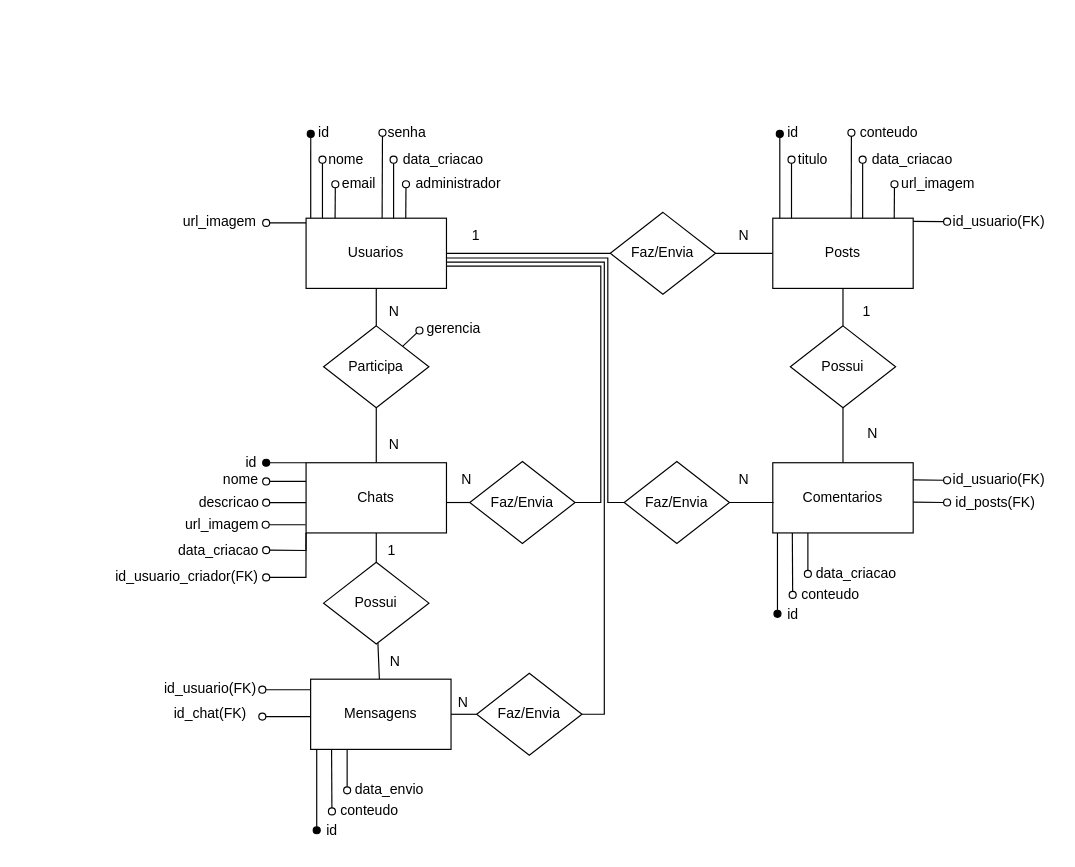
This is escola/2ano/Echoo/Documentacao/Echoo_DER.drawio from MateusRamos8/Projetos-DWS, a draw.io file, before an edit. Source tidied: cells renumbered, new cells numbered last; positions are measured from the earlier drawing's top-left corner, leaving out a move shared by most shapes. Both pictures are drawn from the tidied source at 117%, with x=0, y=0 at pixel (104, 117).
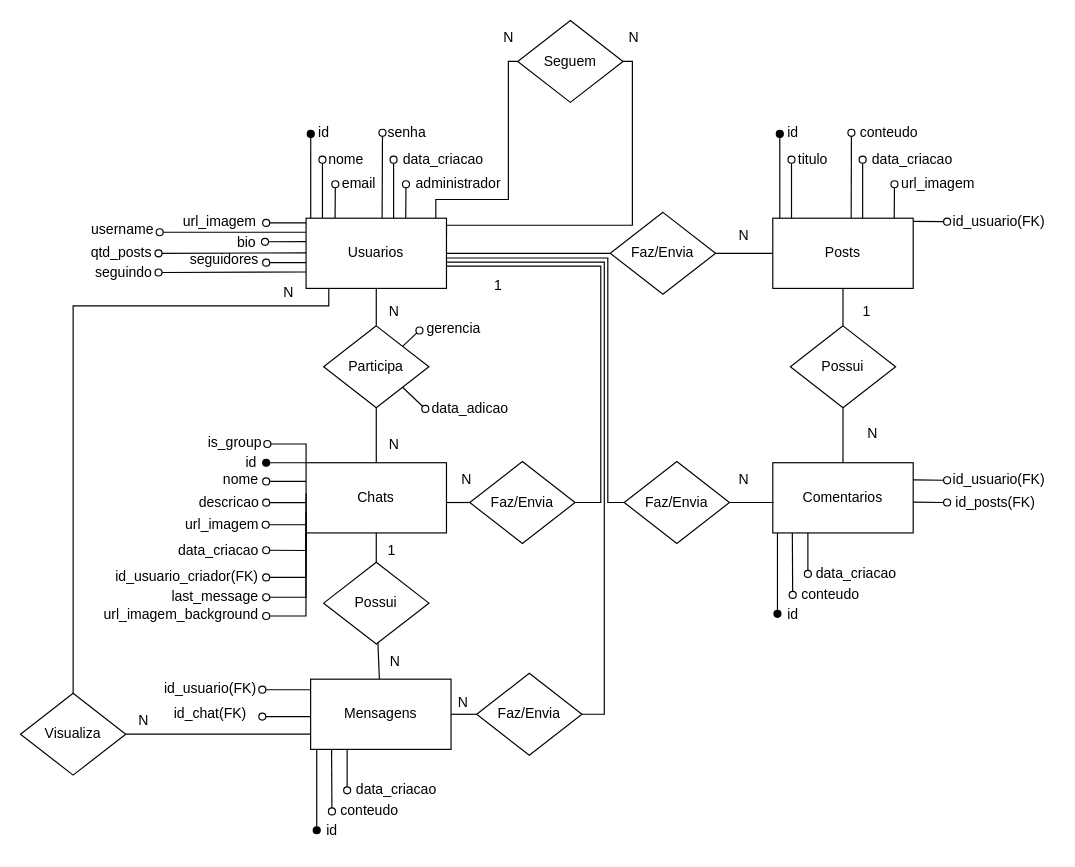
After the change.

The change refers to these unchanged cells:
```xml
<mxCell id="7" value="Usuarios" style="rounded=0;whiteSpace=wrap;html=1;" parent="1" vertex="1">
  <mxGeometry x="172.1" y="86" width="120" height="60" as="geometry" />
</mxCell>
<mxCell id="12" value="Chats" style="rounded=0;whiteSpace=wrap;html=1;" parent="1" vertex="1">
  <mxGeometry x="172.1" y="295" width="120" height="60" as="geometry" />
</mxCell>
<mxCell id="26" value="Participa" style="rhombus;whiteSpace=wrap;html=1;" parent="1" vertex="1">
  <mxGeometry x="187.1" y="178" width="90" height="70" as="geometry" />
</mxCell>
<mxCell id="62" value="Mensagens" style="rounded=0;whiteSpace=wrap;html=1;" parent="1" vertex="1">
  <mxGeometry x="176" y="480" width="120" height="60" as="geometry" />
</mxCell>
```

Change to the diagram source:
```diff
@@
+    <mxCell id="99" style="edgeStyle=orthogonalEdgeStyle;rounded=0;jettySize=auto;html=1;exitX=0.933;exitY=0.021;exitDx=0;exitDy=0;exitPerimeter=0;entryX=0;entryY=0.5;entryDx=0;entryDy=0;endArrow=none;endFill=0;" parent="1" edge="1" source="7" target="124">
+      <mxGeometry relative="1" as="geometry">
+        <Array as="points">
+          <mxPoint x="283" y="87" />
+          <mxPoint x="283" y="70" />
+          <mxPoint x="345" y="70" />
+          <mxPoint x="345" y="-48" />
+        </Array>
+      </mxGeometry>
+    </mxCell>
+    <mxCell id="100" style="edgeStyle=orthogonalEdgeStyle;rounded=0;jettySize=auto;html=1;exitX=1;exitY=0.25;exitDx=0;exitDy=0;entryX=1;entryY=0.5;entryDx=0;entryDy=0;endArrow=none;endFill=0;" parent="1" edge="1" source="7" target="124">
+      <mxGeometry relative="1" as="geometry">
+        <Array as="points">
+          <mxPoint x="292" y="92" />
+          <mxPoint x="451" y="92" />
+          <mxPoint x="451" y="-48" />
+        </Array>
+      </mxGeometry>
+    </mxCell>
@@
     <mxCell id="19" value="1" style="text;html=1;align=center;verticalAlign=middle;strokeColor=none;fillColor=none;" parent="1" vertex="1">
-      <mxGeometry x="302.1" y="86" width="30" height="30" as="geometry" />
+      <mxGeometry x="320.5" y="129" width="30" height="30" as="geometry" />
     </mxCell>
@@
+    <mxCell id="101" style="edgeStyle=orthogonalEdgeStyle;rounded=0;jettySize=auto;html=1;entryX=1;entryY=0.5;entryDx=0;entryDy=0;endArrow=none;endFill=0;" parent="1" edge="1" source="62" target="121">
+      <mxGeometry relative="1" as="geometry">
+        <Array as="points">
+          <mxPoint x="136" y="527" />
+          <mxPoint x="136" y="527" />
+        </Array>
+      </mxGeometry>
+    </mxCell>
@@
-    <mxCell id="72" value="data_envio" style="text;html=1;align=center;verticalAlign=middle;strokeColor=none;fillColor=none;" parent="1" vertex="1">
-      <mxGeometry x="204" y="562" width="77" height="26" as="geometry" />
+    <mxCell id="72" value="data_criacao" style="text;html=1;align=center;verticalAlign=middle;strokeColor=none;fillColor=none;" parent="1" vertex="1">
+      <mxGeometry x="205.1" y="562" width="87" height="26" as="geometry" />
     </mxCell>
@@
     <mxCell id="80" style="rounded=0;jettySize=auto;html=1;endArrow=oval;endFill=0;exitX=0;exitY=1;exitDx=0;exitDy=0;" parent="1" edge="1" source="12">
       <mxGeometry relative="1" as="geometry">
-        <mxPoint x="138" y="369.7" as="targetPoint" />
+        <mxPoint x="138" y="369.8" as="targetPoint" />
         <Array as="points">
           <mxPoint x="172" y="370" />
         </Array>
       </mxGeometry>
     </mxCell>
@@
+    <mxCell id="102" style="rounded=0;orthogonalLoop=1;jettySize=auto;html=1;endArrow=oval;endFill=0;exitX=0.001;exitY=0.651;exitDx=0;exitDy=0;exitPerimeter=0;" parent="1" edge="1">
+      <mxGeometry relative="1" as="geometry">
+        <mxPoint x="172.1" y="98" as="sourcePoint" />
+        <mxPoint x="47" y="98" as="targetPoint" />
+      </mxGeometry>
+    </mxCell>
+    <mxCell id="103" style="rounded=0;jettySize=auto;html=1;endArrow=oval;endFill=0;exitX=0.001;exitY=0.651;exitDx=0;exitDy=0;exitPerimeter=0;entryX=0.971;entryY=0.468;entryDx=0;entryDy=0;entryPerimeter=0;" parent="1" edge="1" target="105">
+      <mxGeometry relative="1" as="geometry">
+        <mxPoint x="172.1" y="106" as="sourcePoint" />
+      </mxGeometry>
+    </mxCell>
+    <mxCell id="104" value="username" style="text;html=1;align=center;verticalAlign=middle;strokeColor=none;fillColor=none;" parent="1" vertex="1">
+      <mxGeometry x="-21" y="83" width="71" height="26" as="geometry" />
+    </mxCell>
+    <mxCell id="105" value="bio" style="text;html=1;align=center;verticalAlign=middle;points=[];strokeColor=none;fillColor=none;" parent="1" vertex="1">
+      <mxGeometry x="104" y="94" width="34" height="26" as="geometry" />
+    </mxCell>
+    <mxCell id="106" style="rounded=0;orthogonalLoop=1;jettySize=auto;html=1;endArrow=oval;endFill=0;exitX=0.001;exitY=0.651;exitDx=0;exitDy=0;exitPerimeter=0;" parent="1" edge="1">
+      <mxGeometry relative="1" as="geometry">
+        <mxPoint x="172.1" y="115.6" as="sourcePoint" />
+        <mxPoint x="46" y="116" as="targetPoint" />
+      </mxGeometry>
+    </mxCell>
+    <mxCell id="107" value="qtd_posts" style="text;html=1;align=center;verticalAlign=middle;strokeColor=none;fillColor=none;" parent="1" vertex="1">
+      <mxGeometry x="-21" y="103" width="70" height="26" as="geometry" />
+    </mxCell>
+    <mxCell id="108" style="rounded=0;orthogonalLoop=1;jettySize=auto;html=1;endArrow=oval;endFill=0;exitX=0.001;exitY=0.651;exitDx=0;exitDy=0;exitPerimeter=0;" parent="1" edge="1">
+      <mxGeometry relative="1" as="geometry">
+        <mxPoint x="172.1" y="124" as="sourcePoint" />
+        <mxPoint x="138" y="124" as="targetPoint" />
+      </mxGeometry>
+    </mxCell>
+    <mxCell id="109" value="seguidores" style="text;html=1;align=center;verticalAlign=middle;strokeColor=none;fillColor=none;" parent="1" vertex="1">
+      <mxGeometry x="63" y="109" width="77" height="26" as="geometry" />
+    </mxCell>
+    <mxCell id="110" style="rounded=0;orthogonalLoop=1;jettySize=auto;html=1;endArrow=oval;endFill=0;exitX=0.001;exitY=0.651;exitDx=0;exitDy=0;exitPerimeter=0;" parent="1" edge="1">
+      <mxGeometry relative="1" as="geometry">
+        <mxPoint x="172.1" y="132" as="sourcePoint" />
+        <mxPoint x="46" y="132.4" as="targetPoint" />
+      </mxGeometry>
+    </mxCell>
+    <mxCell id="111" value="seguindo" style="text;html=1;align=center;verticalAlign=middle;strokeColor=none;fillColor=none;" parent="1" vertex="1">
+      <mxGeometry x="-18" y="120" width="67" height="26" as="geometry" />
+    </mxCell>
+    <mxCell id="112" style="rounded=0;orthogonalLoop=1;jettySize=auto;html=1;exitX=0;exitY=1;exitDx=0;exitDy=0;endArrow=oval;endFill=0;" parent="1" edge="1">
+      <mxGeometry relative="1" as="geometry">
+        <mxPoint x="172.1" y="321" as="sourcePoint" />
+        <mxPoint x="138" y="410" as="targetPoint" />
+        <Array as="points">
+          <mxPoint x="172" y="410" />
+        </Array>
+      </mxGeometry>
+    </mxCell>
+    <mxCell id="113" value="last_message" style="text;html=1;align=center;verticalAlign=middle;strokeColor=none;fillColor=none;" parent="1" vertex="1">
+      <mxGeometry x="48" y="397" width="92" height="26" as="geometry" />
+    </mxCell>
+    <mxCell id="114" style="rounded=0;orthogonalLoop=1;jettySize=auto;html=1;exitX=0;exitY=1;exitDx=0;exitDy=0;endArrow=oval;endFill=0;" parent="1" edge="1">
+      <mxGeometry relative="1" as="geometry">
+        <mxPoint x="172.1" y="337" as="sourcePoint" />
+        <mxPoint x="138" y="426" as="targetPoint" />
+        <Array as="points">
+          <mxPoint x="172" y="426" />
+        </Array>
+      </mxGeometry>
+    </mxCell>
+    <mxCell id="115" value="url_imagem_background" style="text;html=1;align=center;verticalAlign=middle;strokeColor=none;fillColor=none;" parent="1" vertex="1">
+      <mxGeometry x="-10" y="412" width="150" height="26" as="geometry" />
+    </mxCell>
+    <mxCell id="116" style="rounded=0;jettySize=auto;html=1;endArrow=oval;endFill=0;exitX=0;exitY=0;exitDx=0;exitDy=0;edgeStyle=orthogonalEdgeStyle;" parent="1" edge="1" source="12">
+      <mxGeometry relative="1" as="geometry">
+        <mxPoint x="139" y="279" as="targetPoint" />
+        <Array as="points">
+          <mxPoint x="172" y="279" />
+          <mxPoint x="139" y="279" />
+          <mxPoint x="138" y="280" />
+        </Array>
+      </mxGeometry>
+    </mxCell>
+    <mxCell id="117" value="is_group" style="text;html=1;align=center;verticalAlign=middle;strokeColor=none;fillColor=none;" parent="1" vertex="1">
+      <mxGeometry x="79" y="265" width="64" height="26" as="geometry" />
+    </mxCell>
+    <mxCell id="118" style="rounded=0;jettySize=auto;html=1;exitX=1;exitY=1;exitDx=0;exitDy=0;endArrow=oval;endFill=0;" parent="1" edge="1" source="26">
+      <mxGeometry relative="1" as="geometry">
+        <mxPoint x="274" y="249" as="targetPoint" />
+      </mxGeometry>
+    </mxCell>
+    <mxCell id="119" value="data_adicao" style="text;html=1;align=center;verticalAlign=middle;strokeColor=none;fillColor=none;" parent="1" vertex="1">
+      <mxGeometry x="270" y="236" width="83" height="26" as="geometry" />
+    </mxCell>
+    <mxCell id="120" style="edgeStyle=orthogonalEdgeStyle;rounded=0;jettySize=auto;html=1;entryX=0.162;entryY=1.005;entryDx=0;entryDy=0;endArrow=none;endFill=0;entryPerimeter=0;" parent="1" edge="1" source="121" target="7">
+      <mxGeometry relative="1" as="geometry">
+        <Array as="points">
+          <mxPoint x="-27" y="161" />
+          <mxPoint x="192" y="161" />
+          <mxPoint x="192" y="146" />
+          <mxPoint x="192" y="146" />
+        </Array>
+      </mxGeometry>
+    </mxCell>
+    <mxCell id="121" value="Visualiza" style="rhombus;whiteSpace=wrap;html=1;" parent="1" vertex="1">
+      <mxGeometry x="-72" y="492" width="90" height="70" as="geometry" />
+    </mxCell>
+    <mxCell id="122" value="N" style="text;html=1;align=center;verticalAlign=middle;strokeColor=none;fillColor=none;" parent="1" vertex="1">
+      <mxGeometry x="142.1" y="135" width="30" height="30" as="geometry" />
+    </mxCell>
+    <mxCell id="123" value="N" style="text;html=1;align=center;verticalAlign=middle;strokeColor=none;fillColor=none;" parent="1" vertex="1">
+      <mxGeometry x="18" y="501" width="30" height="30" as="geometry" />
+    </mxCell>
+    <mxCell id="124" value="Seguem" style="rhombus;whiteSpace=wrap;html=1;" parent="1" vertex="1">
+      <mxGeometry x="353" y="-83" width="90" height="70" as="geometry" />
+    </mxCell>
+    <mxCell id="125" value="N" style="text;html=1;align=center;verticalAlign=middle;strokeColor=none;fillColor=none;" parent="1" vertex="1">
+      <mxGeometry x="437" y="-83" width="30" height="30" as="geometry" />
+    </mxCell>
+    <mxCell id="126" value="N" style="text;html=1;align=center;verticalAlign=middle;strokeColor=none;fillColor=none;" parent="1" vertex="1">
+      <mxGeometry x="330" y="-83" width="30" height="30" as="geometry" />
+    </mxCell>
```
